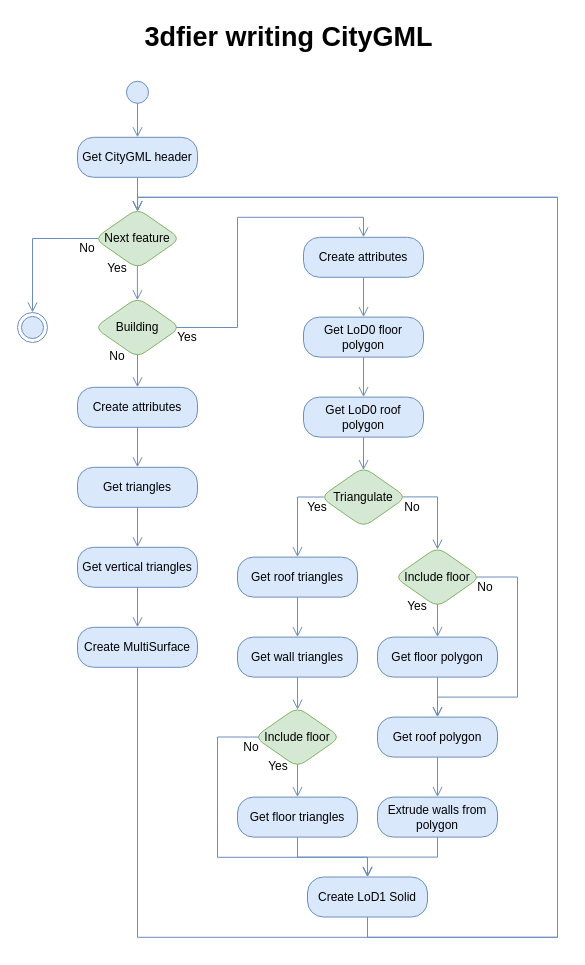
This is resources/flowdiagrams/3dfier_writing_model_citygml.drawio from tudelft3d/3dfier, a draw.io file, before an edit. Source tidied: cells renumbered, new cells numbered last; positions are measured from the earlier drawing's top-left corner, leaving out a move shared by most shapes. Both pictures are drawn from the tidied source at 100%, with x=0, y=0 at pixel (17, 17).
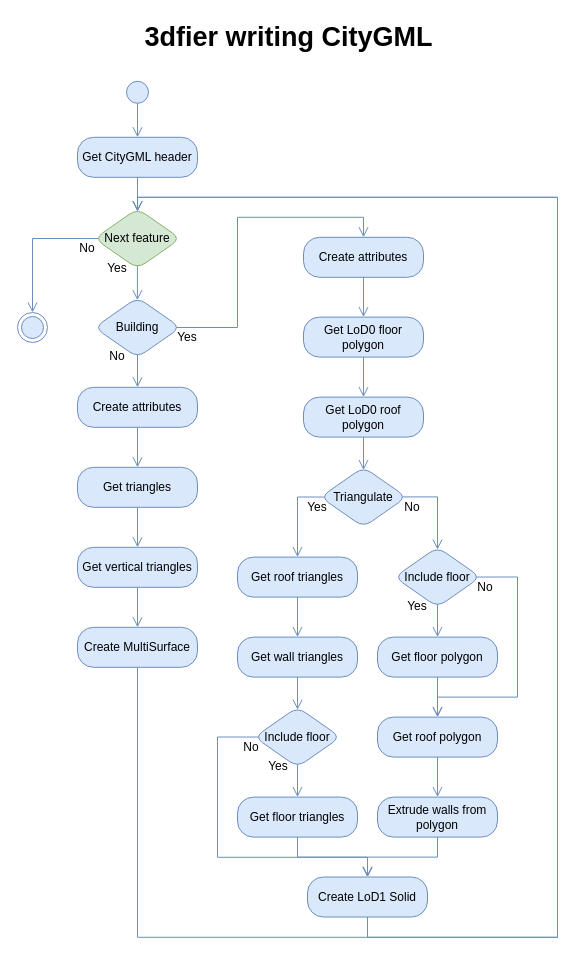
Above is the later version.

Change to the diagram source:
```diff
@@
-    <mxCell id="12" value="Building" style="rhombus;whiteSpace=wrap;html=1;fillColor=#d5e8d4;strokeColor=#82b366;rounded=1;shadow=0;strokeWidth=1;perimeterSpacing=0;" parent="1" vertex="1">
+    <mxCell id="12" value="Building" style="rhombus;whiteSpace=wrap;html=1;fillColor=#dae8fc;strokeColor=#6c8ebf;rounded=1;shadow=0;strokeWidth=1;perimeterSpacing=0;" parent="1" vertex="1">
       <mxGeometry x="77" y="280" width="86" height="60" as="geometry" />
     </mxCell>
@@
-    <mxCell id="16" value="Include floor" style="rhombus;whiteSpace=wrap;html=1;fillColor=#d5e8d4;strokeColor=#82b366;rounded=1;shadow=0;strokeWidth=1;perimeterSpacing=0;" parent="1" vertex="1">
+    <mxCell id="16" value="Include floor" style="rhombus;whiteSpace=wrap;html=1;fillColor=#dae8fc;strokeColor=#6c8ebf;rounded=1;shadow=0;strokeWidth=1;perimeterSpacing=0;" parent="1" vertex="1">
       <mxGeometry x="237" y="689.6" width="86" height="60" as="geometry" />
     </mxCell>
@@
-    <mxCell id="44" value="Triangulate" style="rhombus;whiteSpace=wrap;html=1;fillColor=#d5e8d4;strokeColor=#82b366;rounded=1;shadow=0;strokeWidth=1;perimeterSpacing=0;" parent="1" vertex="1">
+    <mxCell id="44" value="Triangulate" style="rhombus;whiteSpace=wrap;html=1;fillColor=#dae8fc;strokeColor=#6c8ebf;rounded=1;shadow=0;strokeWidth=1;perimeterSpacing=0;" parent="1" vertex="1">
       <mxGeometry x="303" y="449.6" width="86" height="60" as="geometry" />
     </mxCell>
@@
-    <mxCell id="50" value="Include floor" style="rhombus;whiteSpace=wrap;html=1;fillColor=#d5e8d4;strokeColor=#82b366;rounded=1;shadow=0;strokeWidth=1;perimeterSpacing=0;" parent="1" vertex="1">
+    <mxCell id="50" value="Include floor" style="rhombus;whiteSpace=wrap;html=1;fillColor=#dae8fc;strokeColor=#6c8ebf;rounded=1;shadow=0;strokeWidth=1;perimeterSpacing=0;" parent="1" vertex="1">
       <mxGeometry x="377" y="529.6" width="86" height="60" as="geometry" />
     </mxCell>
```
